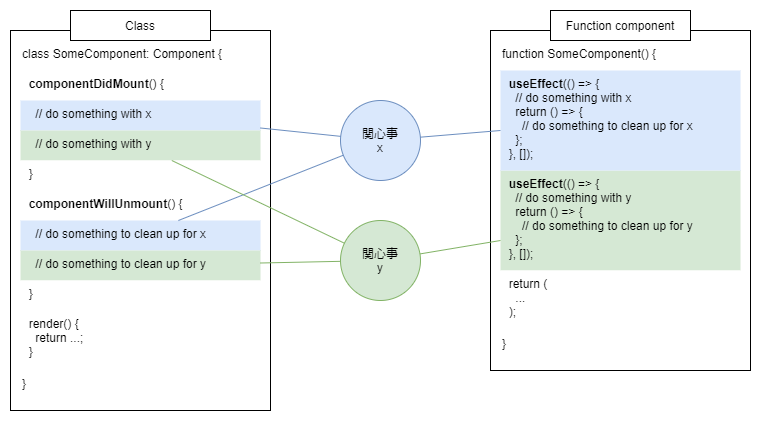
Before: images/what-makes-me-happy-with-react-hooks/useeffect.png, a diagram exported from draw.io (blog-fukuchiharuki-me/blog-fukuchiharuki-me.github.io). Source tidied: cells renumbered, new cells last; positions are measured from the earlier drawing's top-left corner, leaving out a move shared by most shapes.
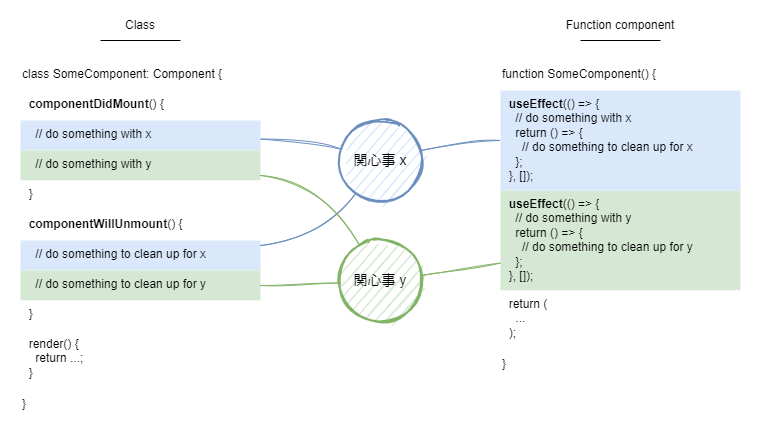
After the change.

Change to the diagram source:
```diff
@@ -2,10 +2,10 @@
   <root>
     <mxCell id="0" />
     <mxCell id="1" parent="0" />
-    <mxCell id="2" style="rounded=0;whiteSpace=wrap;html=1;align=left;" parent="1" vertex="1">
+    <mxCell id="2" style="rounded=0;whiteSpace=wrap;html=1;align=left;strokeColor=none;" parent="1" vertex="1">
       <mxGeometry y="20" width="260" height="380" as="geometry" />
     </mxCell>
-    <mxCell id="3" style="rounded=0;whiteSpace=wrap;html=1;align=left;" parent="1" vertex="1">
+    <mxCell id="3" style="rounded=0;whiteSpace=wrap;html=1;align=left;strokeColor=none;" parent="1" vertex="1">
       <mxGeometry x="480" y="20" width="260" height="340" as="geometry" />
     </mxCell>
     <mxCell id="4" value="function SomeComponent() {" style="rounded=0;whiteSpace=wrap;html=1;arcSize=9;verticalAlign=top;align=left;strokeColor=none;" parent="1" vertex="1">
@@ -53,38 +53,74 @@
     <mxCell id="18" value="&amp;nbsp; }" style="rounded=0;whiteSpace=wrap;html=1;arcSize=9;verticalAlign=top;align=left;strokeColor=none;" parent="1" vertex="1">
       <mxGeometry x="10" y="270" width="240" height="30" as="geometry" />
     </mxCell>
-    <mxCell id="19" value="関心事&lt;br&gt;x" style="ellipse;whiteSpace=wrap;html=1;rounded=0;sketch=0;fillColor=#dae8fc;align=center;strokeColor=#6C8EBF;" parent="1" vertex="1">
+    <mxCell id="19" value="関心事 x" style="ellipse;whiteSpace=wrap;html=1;rounded=0;sketch=1;fillColor=#dae8fc;align=center;strokeColor=#6C8EBF;strokeWidth=2;fontSize=14;" parent="1" vertex="1">
       <mxGeometry x="330" y="90" width="80" height="80" as="geometry" />
     </mxCell>
-    <mxCell id="20" value="関心事&lt;br&gt;y" style="ellipse;whiteSpace=wrap;html=1;rounded=0;sketch=0;fillColor=#d5e8d4;align=center;strokeColor=#82B366;" parent="1" vertex="1">
+    <mxCell id="20" value="関心事 y" style="ellipse;whiteSpace=wrap;html=1;rounded=0;sketch=1;fillColor=#d5e8d4;align=center;strokeColor=#82B366;strokeWidth=2;fontSize=14;" parent="1" vertex="1">
       <mxGeometry x="330" y="210" width="80" height="80" as="geometry" />
     </mxCell>
-    <mxCell id="21" style="endArrow=none;html=1;strokeColor=#6C8EBF;" parent="1" edge="1" source="19" target="10">
-      <mxGeometry relative="1" as="geometry" />
+    <mxCell id="21" style="endArrow=none;html=1;strokeColor=#6C8EBF;sketch=1;curved=1;" parent="1" edge="1" source="19" target="10">
+      <mxGeometry relative="1" as="geometry">
+        <Array as="points">
+          <mxPoint x="450" y="110" />
+        </Array>
+      </mxGeometry>
     </mxCell>
-    <mxCell id="22" style="endArrow=none;html=1;strokeColor=#6C8EBF;" parent="1" edge="1" source="12" target="19">
-      <mxGeometry relative="1" as="geometry" />
+    <mxCell id="22" style="endArrow=none;html=1;strokeColor=#6C8EBF;sketch=1;curved=1;" parent="1" edge="1" source="12" target="19">
+      <mxGeometry relative="1" as="geometry">
+        <Array as="points">
+          <mxPoint x="300" y="110" />
+        </Array>
+      </mxGeometry>
     </mxCell>
-    <mxCell id="23" style="endArrow=none;html=1;strokeColor=#6C8EBF;" parent="1" edge="1" source="16" target="19">
-      <mxGeometry relative="1" as="geometry" />
+    <mxCell id="23" style="endArrow=none;html=1;strokeColor=#6C8EBF;sketch=1;curved=1;" parent="1" edge="1" source="16" target="19">
+      <mxGeometry relative="1" as="geometry">
+        <Array as="points">
+          <mxPoint x="310" y="210" />
+        </Array>
+      </mxGeometry>
     </mxCell>
-    <mxCell id="24" style="endArrow=none;html=1;strokeColor=#82B366;" parent="1" edge="1" source="20" target="6">
-      <mxGeometry relative="1" as="geometry" />
+    <mxCell id="24" style="endArrow=none;html=1;strokeColor=#82B366;sketch=1;curved=1;" parent="1" edge="1" source="20" target="6">
+      <mxGeometry relative="1" as="geometry">
+        <Array as="points">
+          <mxPoint x="450" y="240" />
+        </Array>
+      </mxGeometry>
     </mxCell>
-    <mxCell id="25" style="endArrow=none;html=1;strokeColor=#82B366;" parent="1" edge="1" source="13" target="20">
-      <mxGeometry relative="1" as="geometry" />
+    <mxCell id="25" style="endArrow=none;html=1;strokeColor=#82B366;sketch=1;curved=1;" parent="1" edge="1" source="13" target="20">
+      <mxGeometry relative="1" as="geometry">
+        <Array as="points">
+          <mxPoint x="310" y="150" />
+        </Array>
+      </mxGeometry>
     </mxCell>
-    <mxCell id="26" style="endArrow=none;html=1;strokeColor=#82B366;" parent="1" edge="1" source="17" target="20">
-      <mxGeometry relative="1" as="geometry" />
+    <mxCell id="26" style="endArrow=none;html=1;strokeColor=#82B366;sketch=1;curved=1;" parent="1" edge="1" source="17" target="20">
+      <mxGeometry relative="1" as="geometry">
+        <Array as="points">
+          <mxPoint x="290" y="255" />
+        </Array>
+      </mxGeometry>
     </mxCell>
-    <mxCell id="27" value="Class" style="rounded=0;whiteSpace=wrap;html=1;sketch=0;align=center;" parent="1" vertex="1">
-      <mxGeometry x="60" width="140" height="30" as="geometry" />
+    <mxCell id="27" value="Class" style="rounded=0;whiteSpace=wrap;html=1;sketch=0;align=center;fillColor=none;strokeColor=none;" parent="1" vertex="1">
+      <mxGeometry x="60" y="-20" width="140" height="30" as="geometry" />
     </mxCell>
-    <mxCell id="28" value="Function component" style="rounded=0;whiteSpace=wrap;html=1;sketch=0;align=center;" parent="1" vertex="1">
-      <mxGeometry x="540" width="140" height="30" as="geometry" />
+    <mxCell id="28" value="Function component" style="rounded=0;whiteSpace=wrap;html=1;sketch=0;align=center;fillColor=none;strokeColor=none;" parent="1" vertex="1">
+      <mxGeometry x="540" y="-20" width="140" height="30" as="geometry" />
     </mxCell>
     <mxCell id="29" value="}" style="rounded=0;whiteSpace=wrap;html=1;arcSize=9;verticalAlign=top;align=left;strokeColor=none;" parent="1" vertex="1">
       <mxGeometry x="10" y="360" width="240" height="30" as="geometry" />
     </mxCell>
+    <mxCell id="30" style="endArrow=none;html=1;sketch=0;fontSize=14;curved=1;" parent="1" edge="1">
+      <mxGeometry relative="1" as="geometry">
+        <mxPoint x="90" y="10" as="sourcePoint" />
+        <mxPoint x="170" y="10" as="targetPoint" />
+      </mxGeometry>
+    </mxCell>
+    <mxCell id="31" style="endArrow=none;html=1;sketch=0;fontSize=14;curved=1;" parent="1" edge="1">
+      <mxGeometry relative="1" as="geometry">
+        <mxPoint x="570" y="10" as="sourcePoint" />
+        <mxPoint x="650" y="10" as="targetPoint" />
+      </mxGeometry>
+    </mxCell>
   </root>
 </mxGraphModel>
```
